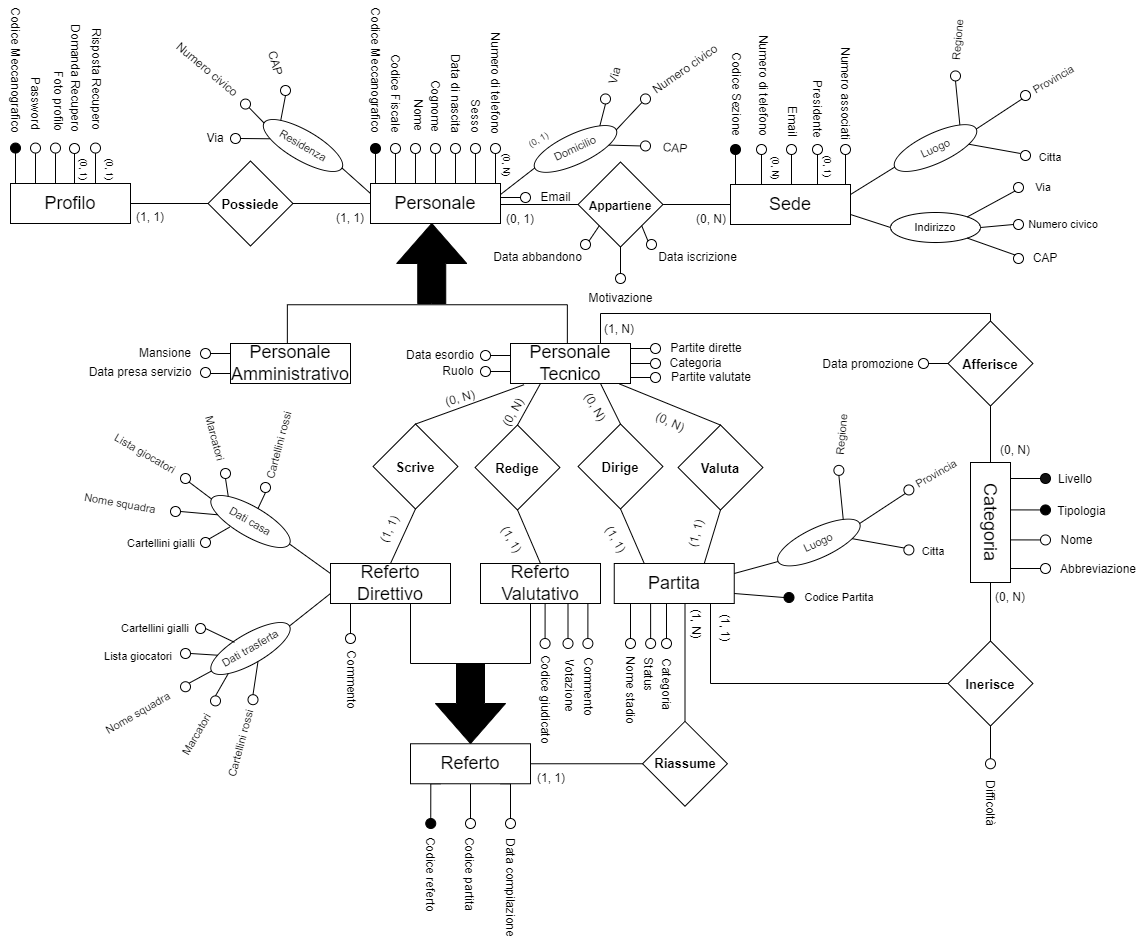
Earlier version of the draw.io export ERDiagram/WhistleER.drawio.png (savernike/DiagramsSet). Source tidied: cells renumbered, new cells last; positions are measured from the earlier drawing's top-left corner, leaving out a move shared by most shapes.
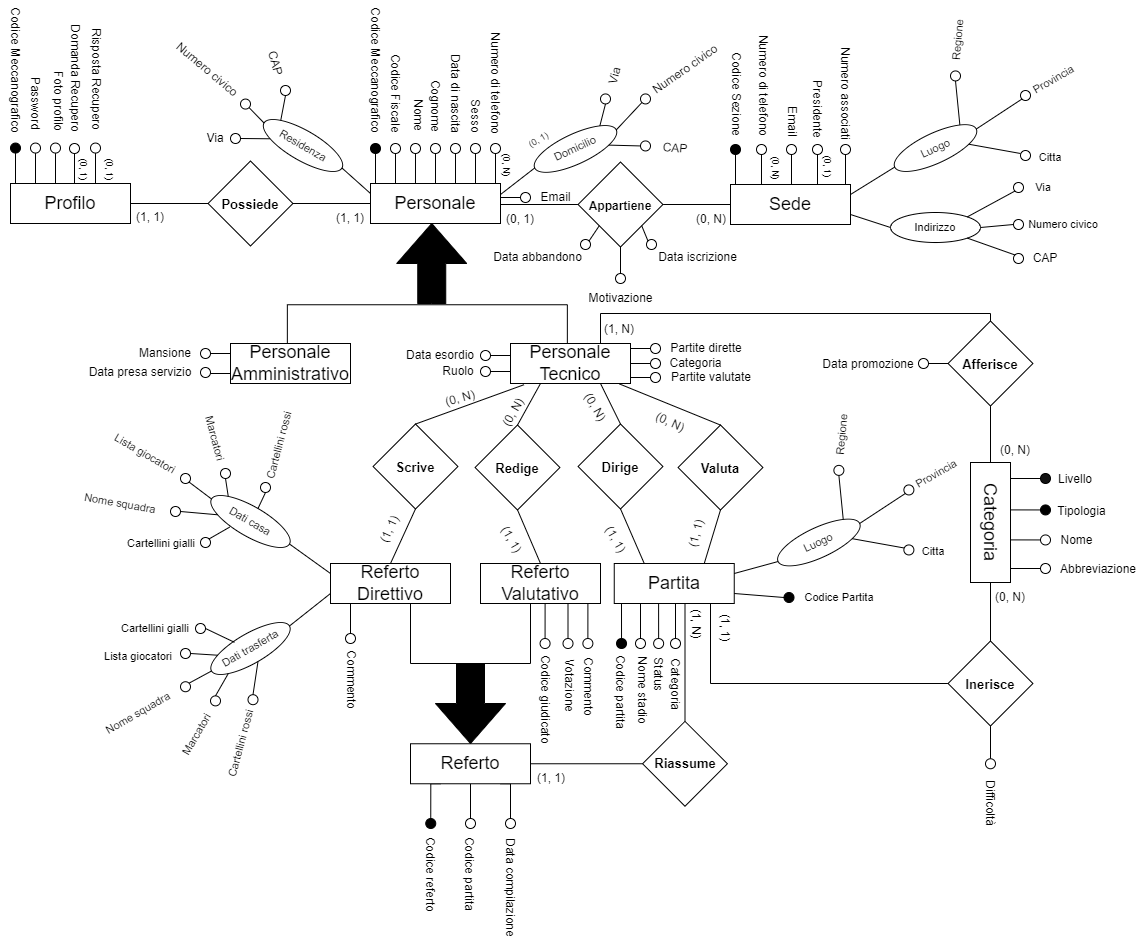
Above is the later version.

Commit message:
Aggiunta identificatore a Partita

The edit, as a diff of the source:
```diff
@@ -442,31 +442,26 @@
     <mxCell id="144" value="&lt;font style=&quot;font-size: 13px;&quot;&gt;&lt;b&gt;Dirige&lt;/b&gt;&lt;/font&gt;" style="text;strokeColor=none;align=center;fillColor=none;html=1;verticalAlign=middle;whiteSpace=wrap;rounded=0;fontSize=11;fontFamily=Helvetica;fontColor=default;" parent="1" vertex="1">
       <mxGeometry x="645" y="428" width="60" height="30" as="geometry" />
     </mxCell>
+    <mxCell id="148" style="edgeStyle=orthogonalEdgeStyle;shape=connector;rounded=0;jettySize=auto;html=1;exitX=1;exitY=1;exitDx=0;exitDy=0;entryX=0;entryY=1;entryDx=0;entryDy=0;labelBackgroundColor=default;strokeColor=default;fontFamily=Helvetica;fontSize=11;fontColor=default;endArrow=none;endFill=0;" parent="1" edge="1" source="149" target="272">
+      <mxGeometry relative="1" as="geometry">
+        <Array as="points">
+          <mxPoint x="765" y="579" />
+          <mxPoint x="765" y="659" />
+        </Array>
+      </mxGeometry>
+    </mxCell>
+    <mxCell id="300" style="edgeStyle=orthogonalEdgeStyle;shape=connector;rounded=0;jettySize=auto;html=1;exitX=0;exitY=1;exitDx=0;exitDy=0;entryX=0.5;entryY=0;entryDx=0;entryDy=0;labelBackgroundColor=default;strokeColor=default;fontFamily=Helvetica;fontSize=12;fontColor=default;endArrow=none;endFill=0;" parent="1" edge="1" source="149" target="301">
+      <mxGeometry relative="1" as="geometry" />
+    </mxCell>
-    <mxCell id="145" style="edgeStyle=orthogonalEdgeStyle;shape=connector;rounded=0;jettySize=auto;html=1;exitX=0.25;exitY=1;exitDx=0;exitDy=0;entryX=0.5;entryY=0;entryDx=0;entryDy=0;labelBackgroundColor=default;strokeColor=default;fontFamily=Helvetica;fontSize=11;fontColor=default;endArrow=none;endFill=0;" parent="1" edge="1" source="149" target="177">
+    <mxCell id="145" style="edgeStyle=orthogonalEdgeStyle;shape=connector;rounded=0;jettySize=auto;html=1;exitX=0.25;exitY=1;exitDx=0;exitDy=0;entryX=0.5;entryY=0;entryDx=0;entryDy=0;labelBackgroundColor=default;strokeColor=default;fontFamily=Helvetica;fontSize=12;fontColor=default;endArrow=none;endFill=0;" parent="1" edge="1" source="149" target="177">
       <mxGeometry relative="1" as="geometry" />
     </mxCell>
-    <mxCell id="146" style="edgeStyle=orthogonalEdgeStyle;shape=connector;rounded=0;jettySize=auto;html=1;exitX=0.5;exitY=1;exitDx=0;exitDy=0;entryX=0.5;entryY=0;entryDx=0;entryDy=0;labelBackgroundColor=default;strokeColor=default;fontFamily=Helvetica;fontSize=11;fontColor=default;endArrow=none;endFill=0;" parent="1" edge="1" source="149" target="176">
-      <mxGeometry relative="1" as="geometry">
-        <Array as="points">
-          <mxPoint x="705" y="579" />
-        </Array>
-      </mxGeometry>
+    <mxCell id="146" style="edgeStyle=orthogonalEdgeStyle;shape=connector;rounded=0;jettySize=auto;html=1;exitX=0.25;exitY=1;exitDx=0;exitDy=0;entryX=0.5;entryY=0;entryDx=0;entryDy=0;labelBackgroundColor=default;strokeColor=default;fontFamily=Helvetica;fontSize=12;fontColor=default;endArrow=none;endFill=0;" parent="1" edge="1" source="149" target="176">
+      <mxGeometry relative="1" as="geometry" />
     </mxCell>
-    <mxCell id="147" style="edgeStyle=orthogonalEdgeStyle;shape=connector;rounded=0;jettySize=auto;html=1;exitX=0.75;exitY=1;exitDx=0;exitDy=0;entryX=0.5;entryY=0;entryDx=0;entryDy=0;labelBackgroundColor=default;strokeColor=default;fontFamily=Helvetica;fontSize=11;fontColor=default;endArrow=none;endFill=0;" parent="1" edge="1" source="149" target="175">
-      <mxGeometry relative="1" as="geometry">
-        <Array as="points">
-          <mxPoint x="721" y="579" />
-        </Array>
-      </mxGeometry>
+    <mxCell id="147" style="edgeStyle=orthogonalEdgeStyle;shape=connector;rounded=0;jettySize=auto;html=1;exitX=0.5;exitY=1;exitDx=0;exitDy=0;entryX=0.5;entryY=0;entryDx=0;entryDy=0;labelBackgroundColor=default;strokeColor=default;fontFamily=Helvetica;fontSize=12;fontColor=default;endArrow=none;endFill=0;" parent="1" edge="1" source="149" target="175">
+      <mxGeometry relative="1" as="geometry" />
     </mxCell>
-    <mxCell id="148" style="edgeStyle=orthogonalEdgeStyle;shape=connector;rounded=0;jettySize=auto;html=1;exitX=1;exitY=1;exitDx=0;exitDy=0;entryX=0;entryY=1;entryDx=0;entryDy=0;labelBackgroundColor=default;strokeColor=default;fontFamily=Helvetica;fontSize=11;fontColor=default;endArrow=none;endFill=0;" parent="1" edge="1" source="149" target="272">
-      <mxGeometry relative="1" as="geometry">
-        <Array as="points">
-          <mxPoint x="765" y="579" />
-          <mxPoint x="765" y="659" />
-        </Array>
-      </mxGeometry>
-    </mxCell>
     <mxCell id="149" value="&lt;font style=&quot;font-size: 18px;&quot;&gt;Partita&lt;/font&gt;" style="rounded=0;whiteSpace=wrap;html=1;fontFamily=Helvetica;fontSize=11;fontColor=default;" parent="1" vertex="1">
       <mxGeometry x="668.8" y="539" width="120" height="40" as="geometry" />
     </mxCell>
@@ -548,22 +543,22 @@
       <mxGeometry x="845.6" y="558" width="95.6" height="30" as="geometry" />
     </mxCell>
     <mxCell id="175" style="ellipse;whiteSpace=wrap;html=1;fontFamily=Helvetica;fontSize=11;fontColor=default;" parent="1" vertex="1">
-      <mxGeometry x="716" y="614" width="10" height="10" as="geometry" />
+      <mxGeometry x="725" y="614" width="10" height="10" as="geometry" />
     </mxCell>
     <mxCell id="176" style="ellipse;whiteSpace=wrap;html=1;fontFamily=Helvetica;fontSize=11;fontColor=default;" parent="1" vertex="1">
-      <mxGeometry x="700.1" y="614" width="10" height="10" as="geometry" />
+      <mxGeometry x="708.1" y="614" width="10" height="10" as="geometry" />
     </mxCell>
     <mxCell id="177" style="ellipse;whiteSpace=wrap;html=1;fontFamily=Helvetica;fontSize=11;fontColor=default;" parent="1" vertex="1">
-      <mxGeometry x="680" y="614" width="10" height="10" as="geometry" />
+      <mxGeometry x="690" y="614" width="10" height="10" as="geometry" />
     </mxCell>
     <mxCell id="178" value="Nome stadio" style="text;strokeColor=none;align=center;fillColor=none;html=1;verticalAlign=middle;whiteSpace=wrap;rounded=0;rotation=90;" parent="1" vertex="1">
-      <mxGeometry x="647.4" y="651.4" width="75.2" height="30" as="geometry" />
+      <mxGeometry x="659.4" y="651.4" width="75.2" height="30" as="geometry" />
     </mxCell>
     <mxCell id="179" value="Status" style="text;strokeColor=none;align=center;fillColor=none;html=1;verticalAlign=middle;whiteSpace=wrap;rounded=0;rotation=90;" parent="1" vertex="1">
-      <mxGeometry x="675.6" y="635" width="55" height="30" as="geometry" />
+      <mxGeometry x="685.6" y="635" width="55" height="30" as="geometry" />
     </mxCell>
     <mxCell id="180" value="Categoria" style="text;strokeColor=none;align=center;fillColor=none;html=1;verticalAlign=middle;whiteSpace=wrap;rounded=0;rotation=90;" parent="1" vertex="1">
-      <mxGeometry x="693.5" y="644.3" width="55" height="30" as="geometry" />
+      <mxGeometry x="702.5" y="644.3" width="55" height="30" as="geometry" />
     </mxCell>
     <mxCell id="181" style="endArrow=none;html=1;rounded=0;labelBackgroundColor=default;strokeColor=default;fontFamily=Helvetica;fontSize=11;fontColor=default;shape=connector;entryX=0.907;entryY=1.01;entryDx=0;entryDy=0;entryPerimeter=0;exitX=0;exitY=0;exitDx=0;exitDy=0;" parent="1" edge="1" source="141" target="117">
       <mxGeometry relative="1" as="geometry" />
@@ -926,5 +921,11 @@
     <mxCell id="299" value="Abbreviazione" style="text;strokeColor=none;align=center;fillColor=none;html=1;verticalAlign=middle;whiteSpace=wrap;rounded=0;rotation=0;" parent="1" vertex="1">
       <mxGeometry x="1111" y="534" width="84" height="21.4" as="geometry" />
     </mxCell>
+    <mxCell id="301" style="ellipse;whiteSpace=wrap;html=1;fontFamily=Helvetica;fontSize=11;fontColor=default;fillColor=#000000;" parent="1" vertex="1">
+      <mxGeometry x="671" y="614" width="10" height="10" as="geometry" />
+    </mxCell>
+    <mxCell id="302" value="Codice partita" style="text;strokeColor=none;align=center;fillColor=none;html=1;verticalAlign=middle;whiteSpace=wrap;rounded=0;rotation=90;" parent="1" vertex="1">
+      <mxGeometry x="631.2" y="652.6" width="87.6" height="30" as="geometry" />
+    </mxCell>
   </root>
 </mxGraphModel>
```
